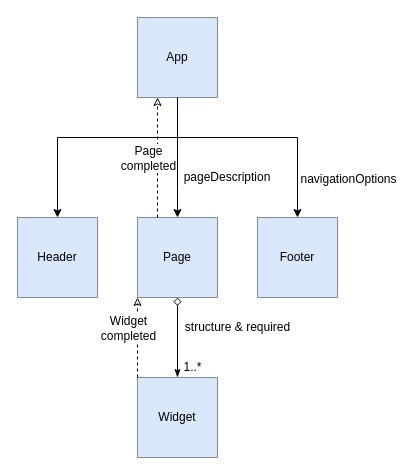
The draw.io diagram survey/Structure.drawio in lustigo/refingerprint, before the edit. Source tidied: cells renumbered, new cells numbered last; positions are measured from the earlier drawing's top-left corner, leaving out a move shared by most shapes. Both pictures are drawn from the tidied source at 100%, with x=0, y=0 at pixel (17, 17).
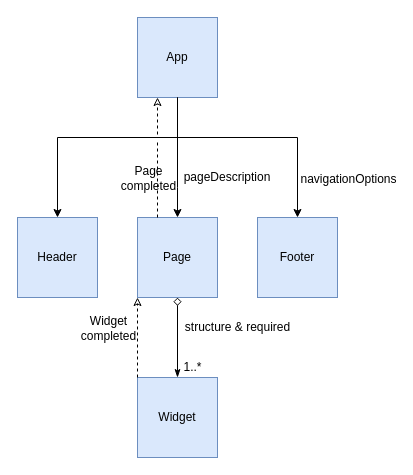
Above is the later version.

The change refers to these unchanged cells:
```xml
<mxCell id="3" value="App" style="whiteSpace=wrap;html=1;fillColor=#dae8fc;strokeColor=#6c8ebf;" parent="1" vertex="1">
  <mxGeometry x="120" width="80" height="80" as="geometry" />
</mxCell>
<mxCell id="6" value="Page" style="whiteSpace=wrap;html=1;fillColor=#dae8fc;strokeColor=#6c8ebf;" parent="1" vertex="1">
  <mxGeometry x="120" y="200" width="80" height="80" as="geometry" />
</mxCell>
<mxCell id="16" style="endArrow=classic;dashed=1;html=1;entryX=0;entryY=1;entryDx=0;entryDy=0;endFill=0;" parent="1" edge="1" target="6">
  <mxGeometry relative="1" as="geometry">
    <mxPoint x="120" y="360" as="sourcePoint" />
    <Array as="points">
      <mxPoint x="120" y="360" />
    </Array>
  </mxGeometry>
</mxCell>
```

Diff of the diagram source:
```diff
@@
-    <mxCell id="13" style="endArrow=classic;dashed=1;html=1;entryX=0.25;entryY=1;entryDx=0;entryDy=0;exitX=0.25;exitY=0;exitDx=0;exitDy=0;endFill=0;" parent="1" edge="1" source="6" target="3">
+    <mxCell id="13" style="endArrow=classic;dashed=1;html=1;entryX=0.25;entryY=1;entryDx=0;entryDy=0;exitX=0.25;exitY=0;exitDx=0;exitDy=0;endFill=0;jumpStyle=gap;" parent="1" edge="1" source="6" target="3">
       <mxGeometry relative="1" as="geometry" />
     </mxCell>
-    <mxCell id="14" value="Page&lt;br&gt;completed" style="text;html=1;align=center;verticalAlign=middle;labelBackgroundColor=#ffffff;" parent="13" vertex="1">
+    <mxCell id="14" value="Page&lt;br&gt;completed" style="text;html=1;align=center;verticalAlign=middle;labelBackgroundColor=none;labelBorderColor=none;" parent="13" vertex="1">
       <mxGeometry x="-0.5" y="2" relative="1" as="geometry">
-        <mxPoint x="-8" y="-30" as="offset" />
+        <mxPoint x="-8" y="-10" as="offset" />
       </mxGeometry>
     </mxCell>
@@
-    <mxCell id="17" value="Widget&lt;br&gt;completed" style="text;html=1;align=center;verticalAlign=middle;labelBackgroundColor=#ffffff;" parent="16" vertex="1">
+    <mxCell id="17" value="Widget&lt;br&gt;completed" style="text;html=1;align=center;verticalAlign=middle;labelBackgroundColor=none;" parent="16" vertex="1">
       <mxGeometry x="-0.5" y="2" relative="1" as="geometry">
-        <mxPoint x="-8" y="-30" as="offset" />
+        <mxPoint x="-28" y="-30" as="offset" />
       </mxGeometry>
     </mxCell>
```
